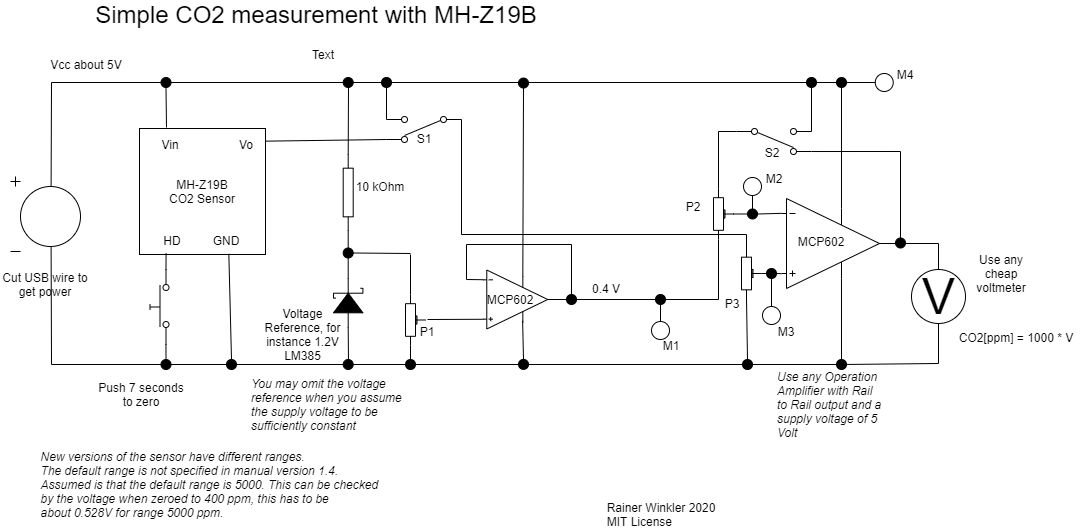
The draw.io diagram SimpleCO2Measurement.png in RainerWinkler/CO2-Measurement-simple, before a commit. Source tidied: cells renumbered, new cells last; positions are measured from the earlier drawing's top-left corner, leaving out a move shared by most shapes.
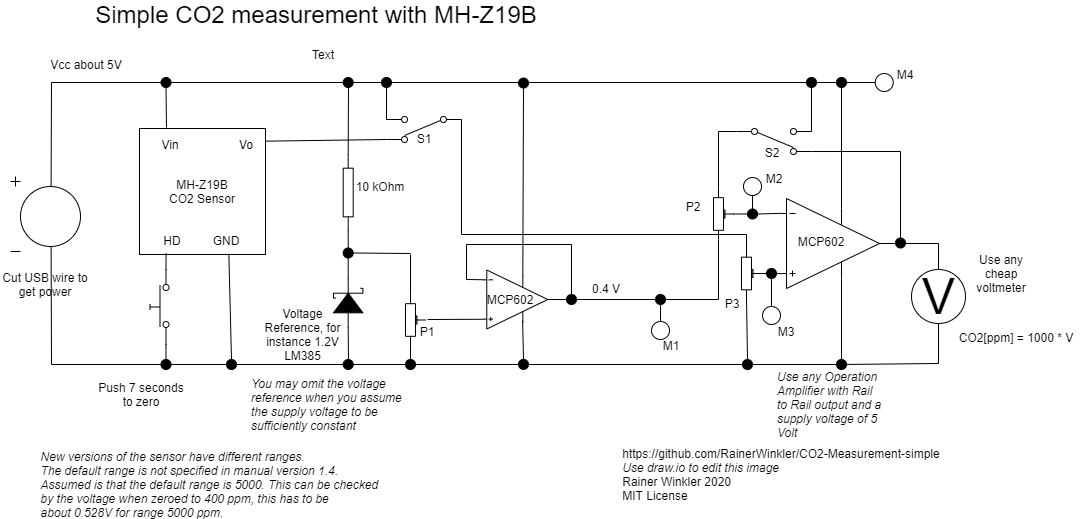
Later version of the same file.

Commit message:
Add link to repository and explanation how to edit diagram

Diff of the diagram source:
```diff
@@ -5,9 +5,6 @@
     <mxCell id="2" value="&lt;div style=&quot;text-align: left&quot;&gt;&lt;span&gt;&lt;i&gt;New versions of the sensor have different ranges.&lt;/i&gt;&lt;/span&gt;&lt;/div&gt;&lt;div style=&quot;text-align: left&quot;&gt;&lt;span&gt;&lt;i&gt;The default range is not specified in manual version 1.4.&lt;/i&gt;&lt;/span&gt;&lt;/div&gt;&lt;div style=&quot;text-align: left&quot;&gt;&lt;span&gt;&lt;i&gt;Assumed is that the default range is 5000. This can be checked&amp;nbsp;&lt;/i&gt;&lt;/span&gt;&lt;/div&gt;&lt;div style=&quot;text-align: left&quot;&gt;&lt;span&gt;&lt;i&gt;by the voltage when zeroed to 400 ppm, this has to be&amp;nbsp;&lt;/i&gt;&lt;/span&gt;&lt;/div&gt;&lt;div style=&quot;text-align: left&quot;&gt;&lt;span&gt;&lt;i&gt;about 0.528V for range 5000 ppm.&lt;/i&gt;&lt;/span&gt;&lt;/div&gt;" style="text;html=1;strokeColor=none;fillColor=none;align=center;verticalAlign=middle;whiteSpace=wrap;rounded=0;" parent="1" vertex="1">
       <mxGeometry x="36" y="470" width="350" height="20" as="geometry" />
     </mxCell>
-    <mxCell id="3" value="&lt;div style=&quot;text-align: left&quot;&gt;&lt;span&gt;Rainer Winkler 2020&lt;/span&gt;&lt;/div&gt;&lt;div style=&quot;text-align: left&quot;&gt;&lt;span&gt;MIT License&lt;/span&gt;&lt;/div&gt;" style="text;html=1;strokeColor=none;fillColor=none;align=center;verticalAlign=middle;whiteSpace=wrap;rounded=0;" parent="1" vertex="1">
-      <mxGeometry x="576" y="500" width="170" height="20" as="geometry" />
-    </mxCell>
     <mxCell id="4" value="V" style="verticalLabelPosition=middle;shadow=0;dashed=0;align=center;html=1;verticalAlign=middle;strokeWidth=1;shape=ellipse;fontSize=50;" parent="1" vertex="1">
       <mxGeometry x="911" y="265" width="54" height="54" as="geometry" />
     </mxCell>
@@ -399,5 +396,8 @@
     <mxCell id="114" style="endArrow=none;html=1;exitX=1;exitY=0.5;exitDx=0;exitDy=0;exitPerimeter=0;rounded=0;entryX=0;entryY=0.5;entryDx=0;entryDy=0;" parent="1" edge="1" source="105" target="113">
       <mxGeometry relative="1" as="geometry" />
     </mxCell>
+    <mxCell id="115" value="&lt;a href=&quot;https://github.com/RainerWinkler/CO2-Measurement-simple&quot;&gt;https://github.com/RainerWinkler/CO2-Measurement-simple&lt;/a&gt;&lt;br&gt;&lt;div style=&quot;text-align: left&quot;&gt;&lt;span&gt;&lt;i&gt;Use draw.io to edit this image&lt;/i&gt;&lt;/span&gt;&lt;/div&gt;&lt;div style=&quot;text-align: left&quot;&gt;&lt;span&gt;Rainer Winkler 2020&lt;/span&gt;&lt;/div&gt;&lt;div style=&quot;text-align: left&quot;&gt;&lt;span&gt;MIT License&lt;/span&gt;&lt;/div&gt;" style="text;html=1;strokeColor=none;fillColor=none;align=center;verticalAlign=middle;whiteSpace=wrap;rounded=0;" parent="1" vertex="1">
+      <mxGeometry x="611" y="460" width="340" height="20" as="geometry" />
+    </mxCell>
   </root>
 </mxGraphModel>
```
